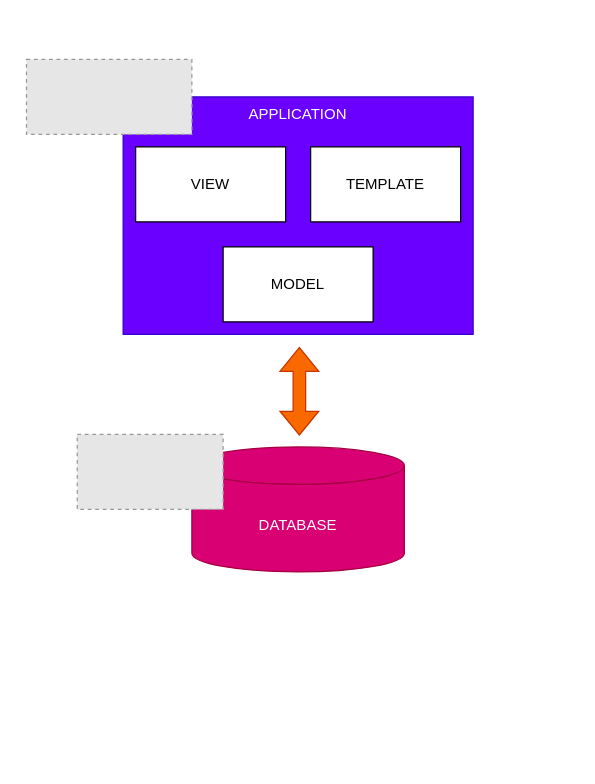
elprofecarreno/software_architecture_patterns keeps this draw.io diagram as docs/monolito_02.drawio. Above is the earlier version. Source tidied: cells renumbered, new cells numbered last; positions are measured from the earlier drawing's top-left corner, leaving out a move shared by most shapes. Both pictures are drawn from the tidied source at 125%, with x=0, y=0 at pixel (26, 59). Pictures stored in the file or linked from it are replaced by grey dashed boxes.
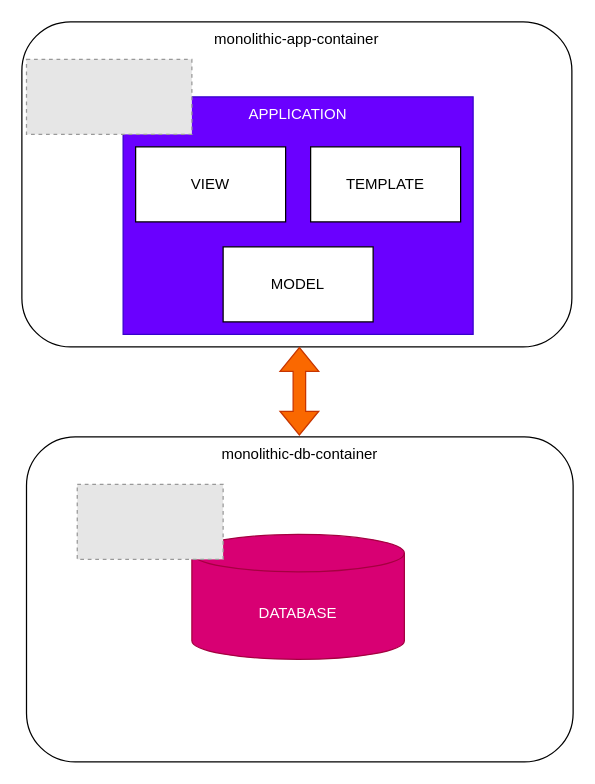
Above is the later version.

What changed in the source:
```diff
@@
 <mxGraphModel>
   <root>
     <mxCell id="0" />
     <mxCell id="1" parent="0" />
+    <mxCell id="10" value="monolithic-db-container" style="rounded=1;whiteSpace=wrap;html=1;verticalAlign=top;" parent="1" vertex="1">
+      <mxGeometry x="-0.3" y="302" width="437.3" height="260" as="geometry" />
+    </mxCell>
+    <mxCell id="11" value="monolithic-app-container" style="rounded=1;whiteSpace=wrap;html=1;verticalAlign=top;" parent="1" vertex="1">
+      <mxGeometry x="-4" y="-30" width="440" height="260" as="geometry" />
+    </mxCell>
     <mxCell id="2" value="DATABASE" style="shape=cylinder3;whiteSpace=wrap;html=1;boundedLbl=1;backgroundOutline=1;size=15;fillColor=#d80073;fontColor=#ffffff;strokeColor=#A50040;" parent="1" vertex="1">
-      <mxGeometry x="132" y="310" width="170" height="100" as="geometry" />
+      <mxGeometry x="132" y="380" width="170" height="100" as="geometry" />
     </mxCell>
     <mxCell id="3" value="APPLICATION" style="rounded=0;whiteSpace=wrap;html=1;horizontal=1;verticalAlign=top;fillColor=#6a00ff;fontColor=#ffffff;strokeColor=#3700CC;" parent="1" vertex="1">
       <mxGeometry x="77" y="30" width="280" height="190" as="geometry" />
     </mxCell>
     <mxCell id="4" value="VIEW" style="rounded=0;whiteSpace=wrap;html=1;" parent="1" vertex="1">
       <mxGeometry x="87" y="70" width="120" height="60" as="geometry" />
     </mxCell>
     <mxCell id="5" value="TEMPLATE" style="rounded=0;whiteSpace=wrap;html=1;" parent="1" vertex="1">
       <mxGeometry x="227" y="70" width="120" height="60" as="geometry" />
     </mxCell>
     <mxCell id="6" value="MODEL" style="rounded=0;whiteSpace=wrap;html=1;" parent="1" vertex="1">
       <mxGeometry x="157" y="150" width="120" height="60" as="geometry" />
     </mxCell>
     <mxCell id="7" style="shape=flexArrow;endArrow=classic;startArrow=classic;html=1;rounded=0;fillColor=#fa6800;strokeColor=#C73500;" parent="1" edge="1">
       <mxGeometry relative="1" as="geometry">
         <mxPoint x="218" y="301" as="sourcePoint" />
         <mxPoint x="218" y="230" as="targetPoint" />
       </mxGeometry>
     </mxCell>
     <mxCell id="8" style="fillColor=#E6E6E6;strokeColor=#999999;dashed=1;verticalLabelPosition=bottom;labelBackgroundColor=default;verticalAlign=top;" parent="1" vertex="1">
       <mxGeometry x="-0.3" width="132.3" height="60" as="geometry" />
     </mxCell>
     <mxCell id="9" style="fillColor=#E6E6E6;strokeColor=#999999;dashed=1;verticalLabelPosition=bottom;labelBackgroundColor=default;verticalAlign=top;" parent="1" vertex="1">
-      <mxGeometry x="40.3" y="300" width="116.7" height="60" as="geometry" />
+      <mxGeometry x="40.3" y="340" width="116.7" height="60" as="geometry" />
     </mxCell>
   </root>
 </mxGraphModel>
```
